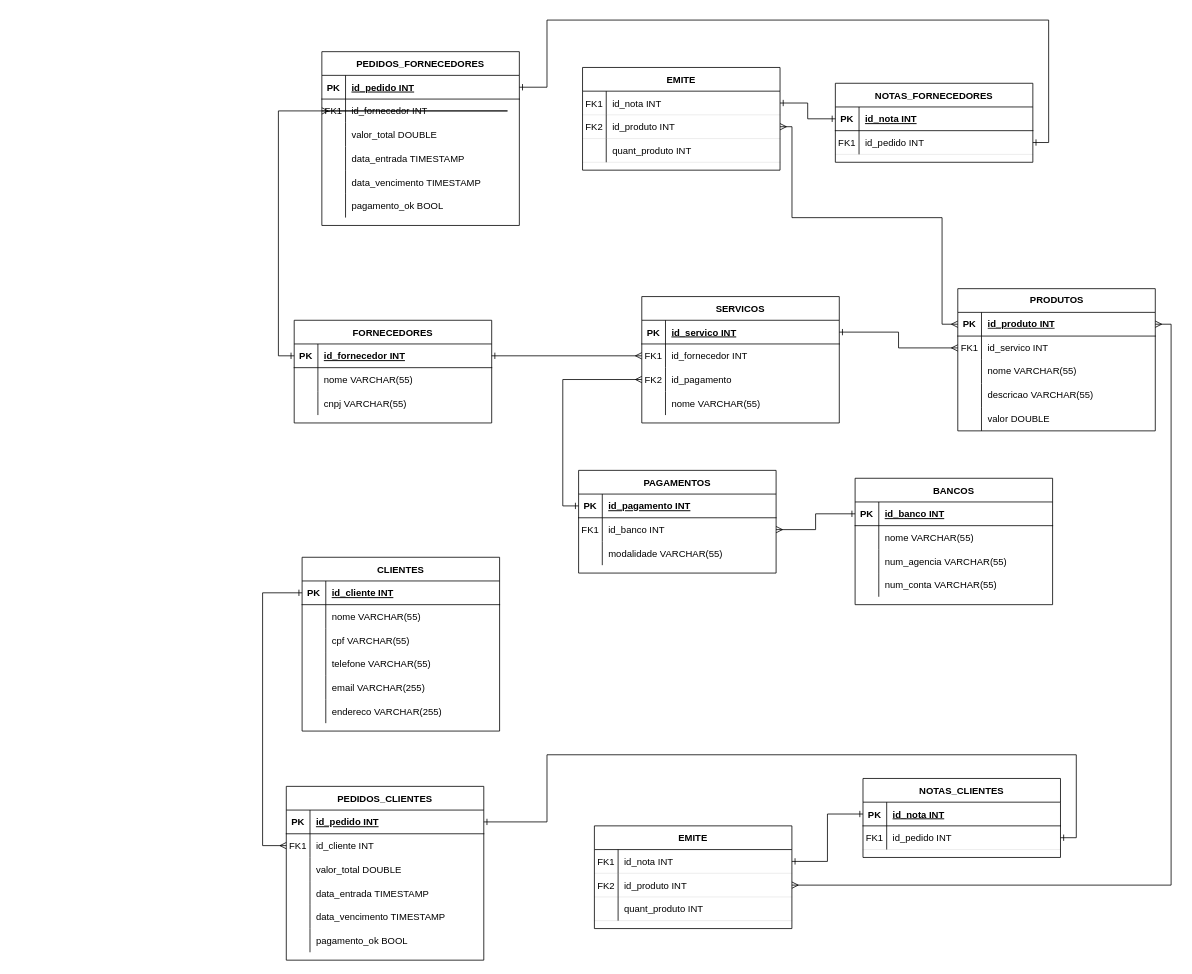
GustavoSouza123/ERDs keeps this draw.io diagram as agência_de_turismo.drawio. Above is the earlier version. Source tidied: cells renumbered, new cells numbered last; positions are measured from the earlier drawing's top-left corner, leaving out a move shared by most shapes. Both pictures are drawn from the tidied source at 79%, with x=0, y=0 at pixel (262, 20).
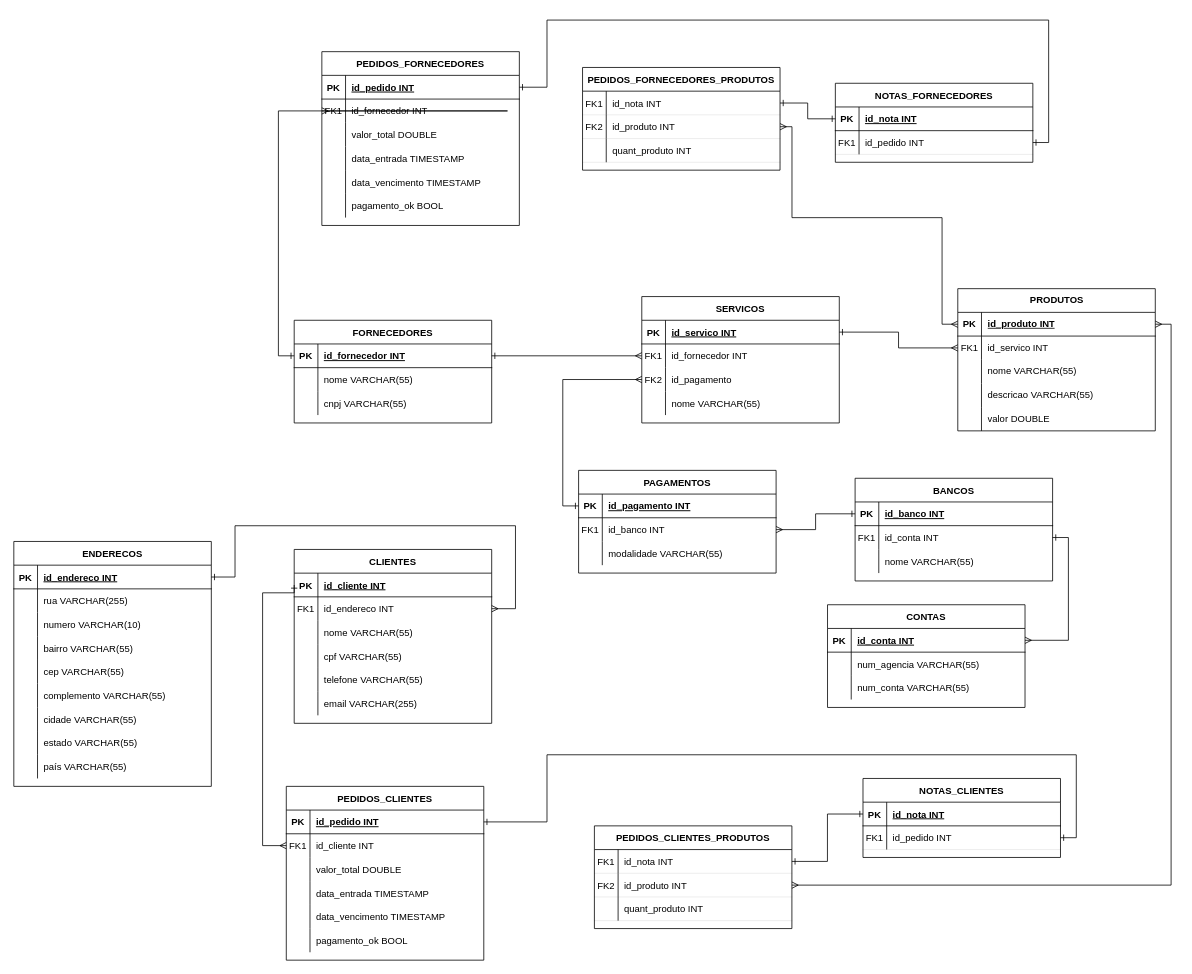
The same page after the edit.

The change refers to these unchanged cells:
```xml
<mxCell id="29" style="shape=partialRectangle;fillColor=none;points=[[0,0.5],[1,0.5]];portConstraint=eastwest;top=0;left=0;right=0;bottom=0;" parent="25" vertex="1">
  <mxGeometry y="60" width="250" height="30" as="geometry" />
</mxCell>
<mxCell id="65" style="shape=partialRectangle;fillColor=none;points=[[0,0.5],[1,0.5]];portConstraint=eastwest;top=0;left=0;right=0;bottom=0;" parent="61" vertex="1">
  <mxGeometry y="60" width="250" height="30" as="geometry" />
</mxCell>
```

What changed in the source:
```diff
@@
     <mxCell id="25" value="CLIENTES" style="shape=table;startSize=30;childLayout=tableLayout;rowLines=0;fontStyle=1;align=center;" parent="1" vertex="1">
-      <mxGeometry x="49.9" y="679.9" width="250" height="220" as="geometry" />
+      <mxGeometry x="39.9" y="670" width="250" height="220.1" as="geometry" />
     </mxCell>
@@
-    <mxCell id="30" style="shape=partialRectangle;overflow=hidden;fillColor=none;top=0;left=0;bottom=0;right=0;" parent="29" vertex="1">
+    <mxCell id="30" value="FK1" style="shape=partialRectangle;overflow=hidden;fillColor=none;top=0;left=0;bottom=0;right=0;" parent="29" vertex="1">
       <mxGeometry width="30" height="30" as="geometry" />
     </mxCell>
-    <mxCell id="31" value="nome VARCHAR(55)" style="shape=partialRectangle;overflow=hidden;fillColor=none;top=0;left=0;bottom=0;right=0;align=left;spacingLeft=6;" parent="29" vertex="1">
+    <mxCell id="31" value="id_endereco INT" style="shape=partialRectangle;overflow=hidden;fillColor=none;top=0;left=0;bottom=0;right=0;align=left;spacingLeft=6;" parent="29" vertex="1">
       <mxGeometry x="30" width="220" height="30" as="geometry" />
     </mxCell>
+    <mxCell id="167" style="shape=partialRectangle;fillColor=none;top=0;left=0;right=0;bottom=0;" parent="25" vertex="1">
+      <mxGeometry y="90" width="250" height="30" as="geometry" />
+    </mxCell>
+    <mxCell id="168" style="shape=partialRectangle;overflow=hidden;fillColor=none;top=0;left=0;bottom=0;right=0;" parent="167" vertex="1">
+      <mxGeometry width="30" height="30" as="geometry" />
+    </mxCell>
+    <mxCell id="169" value="nome VARCHAR(55)" style="shape=partialRectangle;overflow=hidden;fillColor=none;top=0;left=0;bottom=0;right=0;align=left;spacingLeft=6;" parent="167" vertex="1">
+      <mxGeometry x="30" width="220" height="30" as="geometry" />
+    </mxCell>
     <mxCell id="32" style="shape=partialRectangle;fillColor=none;top=0;left=0;right=0;bottom=0;" parent="25" vertex="1">
-      <mxGeometry y="90" width="250" height="30" as="geometry" />
+      <mxGeometry y="120" width="250" height="30" as="geometry" />
     </mxCell>
@@
     <mxCell id="35" style="shape=partialRectangle;fillColor=none;top=0;left=0;right=0;bottom=0;" parent="25" vertex="1">
-      <mxGeometry y="120" width="250" height="30" as="geometry" />
+      <mxGeometry y="150" width="250" height="30" as="geometry" />
     </mxCell>
@@
     <mxCell id="38" style="shape=partialRectangle;fillColor=none;top=0;left=0;right=0;bottom=0;" parent="25" vertex="1">
-      <mxGeometry y="150" width="250" height="30" as="geometry" />
+      <mxGeometry y="180" width="250" height="30" as="geometry" />
     </mxCell>
@@
-    <mxCell id="41" style="shape=partialRectangle;fillColor=none;top=0;left=0;right=0;bottom=0;" parent="25" vertex="1">
-      <mxGeometry y="180" width="250" height="30" as="geometry" />
-    </mxCell>
-    <mxCell id="42" style="shape=partialRectangle;overflow=hidden;fillColor=none;top=0;left=0;bottom=0;right=0;" parent="41" vertex="1">
-      <mxGeometry width="30" height="30" as="geometry" />
-    </mxCell>
-    <mxCell id="43" value="endereco VARCHAR(255)" style="shape=partialRectangle;overflow=hidden;fillColor=none;top=0;left=0;bottom=0;right=0;align=left;spacingLeft=6;" parent="41" vertex="1">
-      <mxGeometry x="30" width="220" height="30" as="geometry" />
-    </mxCell>
@@
     <mxCell id="61" value="BANCOS" style="shape=table;startSize=30;childLayout=tableLayout;rowLines=0;fontStyle=1;align=center;" parent="1" vertex="1">
-      <mxGeometry x="749.9" y="579.9" width="250" height="160" as="geometry" />
+      <mxGeometry x="749.9" y="579.9" width="250" height="130" as="geometry" />
     </mxCell>
@@
-    <mxCell id="66" style="shape=partialRectangle;overflow=hidden;fillColor=none;top=0;left=0;bottom=0;right=0;" parent="65" vertex="1">
+    <mxCell id="66" value="FK1" style="shape=partialRectangle;overflow=hidden;fillColor=none;top=0;left=0;bottom=0;right=0;" parent="65" vertex="1">
       <mxGeometry width="30" height="30" as="geometry" />
     </mxCell>
-    <mxCell id="67" value="nome VARCHAR(55)" style="shape=partialRectangle;overflow=hidden;fillColor=none;top=0;left=0;bottom=0;right=0;align=left;spacingLeft=6;" parent="65" vertex="1">
+    <mxCell id="67" value="id_conta INT" style="shape=partialRectangle;overflow=hidden;fillColor=none;top=0;left=0;bottom=0;right=0;align=left;spacingLeft=6;" parent="65" vertex="1">
       <mxGeometry x="30" width="220" height="30" as="geometry" />
     </mxCell>
-    <mxCell id="68" style="shape=partialRectangle;fillColor=none;top=0;left=0;right=0;bottom=0;" parent="61" vertex="1">
-      <mxGeometry y="90" width="250" height="30" as="geometry" />
-    </mxCell>
-    <mxCell id="69" style="shape=partialRectangle;overflow=hidden;fillColor=none;top=0;left=0;bottom=0;right=0;" parent="68" vertex="1">
-      <mxGeometry width="30" height="30" as="geometry" />
-    </mxCell>
-    <mxCell id="70" value="num_agencia VARCHAR(55)" style="shape=partialRectangle;overflow=hidden;fillColor=none;top=0;left=0;bottom=0;right=0;align=left;spacingLeft=6;" parent="68" vertex="1">
-      <mxGeometry x="30" width="220" height="30" as="geometry" />
-    </mxCell>
-    <mxCell id="71" style="shape=partialRectangle;fillColor=none;top=0;left=0;right=0;bottom=0;" parent="61" vertex="1">
-      <mxGeometry y="120" width="250" height="30" as="geometry" />
-    </mxCell>
-    <mxCell id="72" style="shape=partialRectangle;overflow=hidden;fillColor=none;top=0;left=0;bottom=0;right=0;" parent="71" vertex="1">
-      <mxGeometry width="30" height="30" as="geometry" />
-    </mxCell>
-    <mxCell id="73" value="num_conta VARCHAR(55)" style="shape=partialRectangle;overflow=hidden;fillColor=none;top=0;left=0;bottom=0;right=0;align=left;spacingLeft=6;" parent="71" vertex="1">
-      <mxGeometry x="30" width="220" height="30" as="geometry" />
-    </mxCell>
+    <mxCell id="170" style="shape=partialRectangle;fillColor=none;top=0;left=0;right=0;bottom=0;" parent="61" vertex="1">
+      <mxGeometry y="90" width="250" height="30" as="geometry" />
+    </mxCell>
+    <mxCell id="171" style="shape=partialRectangle;overflow=hidden;fillColor=none;top=0;left=0;bottom=0;right=0;" parent="170" vertex="1">
+      <mxGeometry width="30" height="30" as="geometry" />
+    </mxCell>
+    <mxCell id="172" value="nome VARCHAR(55)" style="shape=partialRectangle;overflow=hidden;fillColor=none;top=0;left=0;bottom=0;right=0;align=left;spacingLeft=6;" parent="170" vertex="1">
+      <mxGeometry x="30" width="220" height="30" as="geometry" />
+    </mxCell>
@@
-    <mxCell id="114" value="EMITE" style="shape=table;startSize=30;childLayout=tableLayout;rowLines=0;fontStyle=1;align=center;" parent="1" vertex="1">
+    <mxCell id="114" value="PEDIDOS_CLIENTES_PRODUTOS" style="shape=table;startSize=30;childLayout=tableLayout;rowLines=0;fontStyle=1;align=center;" parent="1" vertex="1">
       <mxGeometry x="419.9" y="1019.9" width="250" height="130" as="geometry" />
     </mxCell>
@@
-    <mxCell id="145" value="EMITE" style="shape=table;startSize=30;childLayout=tableLayout;rowLines=0;fontStyle=1;align=center;" parent="1" vertex="1">
+    <mxCell id="145" value="PEDIDOS_FORNECEDORES_PRODUTOS" style="shape=table;startSize=30;childLayout=tableLayout;rowLines=0;fontStyle=1;align=center;" parent="1" vertex="1">
       <mxGeometry x="404.9" y="59.9" width="250" height="130" as="geometry" />
     </mxCell>
@@
+    <mxCell id="173" value="ENDERECOS" style="shape=table;startSize=30;childLayout=tableLayout;rowLines=0;fontStyle=1;align=center;" parent="1" vertex="1">
+      <mxGeometry x="-315" y="659.9" width="250" height="310" as="geometry" />
+    </mxCell>
+    <mxCell id="174" style="shape=partialRectangle;fillColor=none;points=[[0,0.5],[1,0.5]];portConstraint=eastwest;top=0;left=0;right=0;bottom=1;" parent="173" vertex="1">
+      <mxGeometry y="30" width="250" height="30" as="geometry" />
+    </mxCell>
+    <mxCell id="175" value="PK" style="shape=partialRectangle;overflow=hidden;fillColor=none;top=0;left=0;bottom=0;right=0;fontStyle=1;" parent="174" vertex="1">
+      <mxGeometry width="30" height="30" as="geometry" />
+    </mxCell>
+    <mxCell id="176" value="id_endereco INT" style="shape=partialRectangle;overflow=hidden;fillColor=none;top=0;left=0;bottom=0;right=0;align=left;spacingLeft=6;fontStyle=5;" parent="174" vertex="1">
+      <mxGeometry x="30" width="220" height="30" as="geometry" />
+    </mxCell>
+    <mxCell id="177" style="shape=partialRectangle;fillColor=none;top=0;left=0;right=0;bottom=0;" parent="173" vertex="1">
+      <mxGeometry y="60" width="250" height="30" as="geometry" />
+    </mxCell>
+    <mxCell id="178" style="shape=partialRectangle;overflow=hidden;fillColor=none;top=0;left=0;bottom=0;right=0;" parent="177" vertex="1">
+      <mxGeometry width="30" height="30" as="geometry" />
+    </mxCell>
+    <mxCell id="179" value="rua VARCHAR(255)" style="shape=partialRectangle;overflow=hidden;fillColor=none;top=0;left=0;bottom=0;right=0;align=left;spacingLeft=6;" parent="177" vertex="1">
+      <mxGeometry x="30" width="220" height="30" as="geometry" />
+    </mxCell>
+    <mxCell id="180" style="shape=partialRectangle;fillColor=none;top=0;left=0;right=0;bottom=0;" parent="173" vertex="1">
+      <mxGeometry y="90" width="250" height="30" as="geometry" />
+    </mxCell>
+    <mxCell id="181" style="shape=partialRectangle;overflow=hidden;fillColor=none;top=0;left=0;bottom=0;right=0;" parent="180" vertex="1">
+      <mxGeometry width="30" height="30" as="geometry" />
+    </mxCell>
+    <mxCell id="182" value="numero VARCHAR(10)" style="shape=partialRectangle;overflow=hidden;fillColor=none;top=0;left=0;bottom=0;right=0;align=left;spacingLeft=6;" parent="180" vertex="1">
+      <mxGeometry x="30" width="220" height="30" as="geometry" />
+    </mxCell>
+    <mxCell id="71" style="shape=partialRectangle;fillColor=none;top=0;left=0;right=0;bottom=0;" parent="173" vertex="1">
+      <mxGeometry y="120" width="250" height="30" as="geometry" />
+    </mxCell>
+    <mxCell id="183" style="shape=partialRectangle;overflow=hidden;fillColor=none;top=0;left=0;bottom=0;right=0;" parent="71" vertex="1">
+      <mxGeometry width="30" height="30" as="geometry" />
+    </mxCell>
+    <mxCell id="184" value="bairro VARCHAR(55)" style="shape=partialRectangle;overflow=hidden;fillColor=none;top=0;left=0;bottom=0;right=0;align=left;spacingLeft=6;" parent="71" vertex="1">
+      <mxGeometry x="30" width="220" height="30" as="geometry" />
+    </mxCell>
+    <mxCell id="185" style="shape=partialRectangle;fillColor=none;top=0;left=0;right=0;bottom=0;" parent="173" vertex="1">
+      <mxGeometry y="150" width="250" height="30" as="geometry" />
+    </mxCell>
+    <mxCell id="186" style="shape=partialRectangle;overflow=hidden;fillColor=none;top=0;left=0;bottom=0;right=0;" parent="185" vertex="1">
+      <mxGeometry width="30" height="30" as="geometry" />
+    </mxCell>
+    <mxCell id="187" value="cep VARCHAR(55)" style="shape=partialRectangle;overflow=hidden;fillColor=none;top=0;left=0;bottom=0;right=0;align=left;spacingLeft=6;" parent="185" vertex="1">
+      <mxGeometry x="30" width="220" height="30" as="geometry" />
+    </mxCell>
+    <mxCell id="41" style="shape=partialRectangle;fillColor=none;top=0;left=0;right=0;bottom=0;" parent="173" vertex="1">
+      <mxGeometry y="180" width="250" height="30" as="geometry" />
+    </mxCell>
+    <mxCell id="188" style="shape=partialRectangle;overflow=hidden;fillColor=none;top=0;left=0;bottom=0;right=0;" parent="41" vertex="1">
+      <mxGeometry width="30" height="30" as="geometry" />
+    </mxCell>
+    <mxCell id="189" value="complemento VARCHAR(55)" style="shape=partialRectangle;overflow=hidden;fillColor=none;top=0;left=0;bottom=0;right=0;align=left;spacingLeft=6;" parent="41" vertex="1">
+      <mxGeometry x="30" width="220" height="30" as="geometry" />
+    </mxCell>
+    <mxCell id="190" style="shape=partialRectangle;fillColor=none;top=0;left=0;right=0;bottom=0;" parent="173" vertex="1">
+      <mxGeometry y="210" width="250" height="30" as="geometry" />
+    </mxCell>
+    <mxCell id="191" style="shape=partialRectangle;overflow=hidden;fillColor=none;top=0;left=0;bottom=0;right=0;" parent="190" vertex="1">
+      <mxGeometry width="30" height="30" as="geometry" />
+    </mxCell>
+    <mxCell id="192" value="cidade VARCHAR(55)" style="shape=partialRectangle;overflow=hidden;fillColor=none;top=0;left=0;bottom=0;right=0;align=left;spacingLeft=6;" parent="190" vertex="1">
+      <mxGeometry x="30" width="220" height="30" as="geometry" />
+    </mxCell>
+    <mxCell id="193" style="shape=partialRectangle;fillColor=none;top=0;left=0;right=0;bottom=0;" parent="173" vertex="1">
+      <mxGeometry y="240" width="250" height="30" as="geometry" />
+    </mxCell>
+    <mxCell id="194" style="shape=partialRectangle;overflow=hidden;fillColor=none;top=0;left=0;bottom=0;right=0;" parent="193" vertex="1">
+      <mxGeometry width="30" height="30" as="geometry" />
+    </mxCell>
+    <mxCell id="195" value="estado VARCHAR(55)" style="shape=partialRectangle;overflow=hidden;fillColor=none;top=0;left=0;bottom=0;right=0;align=left;spacingLeft=6;" parent="193" vertex="1">
+      <mxGeometry x="30" width="220" height="30" as="geometry" />
+    </mxCell>
+    <mxCell id="196" style="shape=partialRectangle;fillColor=none;top=0;left=0;right=0;bottom=0;" parent="173" vertex="1">
+      <mxGeometry y="270" width="250" height="30" as="geometry" />
+    </mxCell>
+    <mxCell id="197" style="shape=partialRectangle;overflow=hidden;fillColor=none;top=0;left=0;bottom=0;right=0;" parent="196" vertex="1">
+      <mxGeometry width="30" height="30" as="geometry" />
+    </mxCell>
+    <mxCell id="198" value="país VARCHAR(55)" style="shape=partialRectangle;overflow=hidden;fillColor=none;top=0;left=0;bottom=0;right=0;align=left;spacingLeft=6;" parent="196" vertex="1">
+      <mxGeometry x="30" width="220" height="30" as="geometry" />
+    </mxCell>
+    <mxCell id="199" style="edgeStyle=orthogonalEdgeStyle;rounded=0;jettySize=auto;html=1;exitX=1;exitY=0.5;exitDx=0;exitDy=0;entryX=1;entryY=0.5;entryDx=0;entryDy=0;endArrow=ERmany;endFill=0;startArrow=ERone;startFill=0;" parent="1" edge="1" source="174" target="29">
+      <mxGeometry relative="1" as="geometry">
+        <Array as="points">
+          <mxPoint x="-35" y="705" />
+          <mxPoint x="-35" y="640" />
+          <mxPoint x="320" y="640" />
+          <mxPoint x="320" y="745" />
+        </Array>
+      </mxGeometry>
+    </mxCell>
+    <mxCell id="200" value="CONTAS" style="shape=table;startSize=30;childLayout=tableLayout;rowLines=0;fontStyle=1;align=center;" parent="1" vertex="1">
+      <mxGeometry x="715" y="740" width="250" height="130" as="geometry" />
+    </mxCell>
+    <mxCell id="201" style="shape=partialRectangle;fillColor=none;points=[[0,0.5],[1,0.5]];portConstraint=eastwest;top=0;left=0;right=0;bottom=1;" parent="200" vertex="1">
+      <mxGeometry y="30" width="250" height="30" as="geometry" />
+    </mxCell>
+    <mxCell id="202" value="PK" style="shape=partialRectangle;overflow=hidden;fillColor=none;top=0;left=0;bottom=0;right=0;fontStyle=1;" parent="201" vertex="1">
+      <mxGeometry width="30" height="30" as="geometry" />
+    </mxCell>
+    <mxCell id="203" value="id_conta INT" style="shape=partialRectangle;overflow=hidden;fillColor=none;top=0;left=0;bottom=0;right=0;align=left;spacingLeft=6;fontStyle=5;" parent="201" vertex="1">
+      <mxGeometry x="30" width="220" height="30" as="geometry" />
+    </mxCell>
+    <mxCell id="204" style="shape=partialRectangle;fillColor=none;top=0;left=0;right=0;bottom=0;" parent="200" vertex="1">
+      <mxGeometry y="60" width="250" height="30" as="geometry" />
+    </mxCell>
+    <mxCell id="205" style="shape=partialRectangle;overflow=hidden;fillColor=none;top=0;left=0;bottom=0;right=0;" parent="204" vertex="1">
+      <mxGeometry width="30" height="30" as="geometry" />
+    </mxCell>
+    <mxCell id="70" value="num_agencia VARCHAR(55)" style="shape=partialRectangle;overflow=hidden;fillColor=none;top=0;left=0;bottom=0;right=0;align=left;spacingLeft=6;" parent="204" vertex="1">
+      <mxGeometry x="30" width="220" height="30" as="geometry" />
+    </mxCell>
+    <mxCell id="206" style="shape=partialRectangle;fillColor=none;top=0;left=0;right=0;bottom=0;" parent="200" vertex="1">
+      <mxGeometry y="90" width="250" height="30" as="geometry" />
+    </mxCell>
+    <mxCell id="207" style="shape=partialRectangle;overflow=hidden;fillColor=none;top=0;left=0;bottom=0;right=0;" parent="206" vertex="1">
+      <mxGeometry width="30" height="30" as="geometry" />
+    </mxCell>
+    <mxCell id="73" value="num_conta VARCHAR(55)" style="shape=partialRectangle;overflow=hidden;fillColor=none;top=0;left=0;bottom=0;right=0;align=left;spacingLeft=6;" parent="206" vertex="1">
+      <mxGeometry x="30" width="220" height="30" as="geometry" />
+    </mxCell>
+    <mxCell id="208" style="edgeStyle=orthogonalEdgeStyle;rounded=0;jettySize=auto;html=1;exitX=1;exitY=0.5;exitDx=0;exitDy=0;entryX=1;entryY=0.5;entryDx=0;entryDy=0;endArrow=ERmany;endFill=0;startArrow=ERone;startFill=0;" parent="1" edge="1" source="65" target="201">
+      <mxGeometry relative="1" as="geometry" />
+    </mxCell>
```
